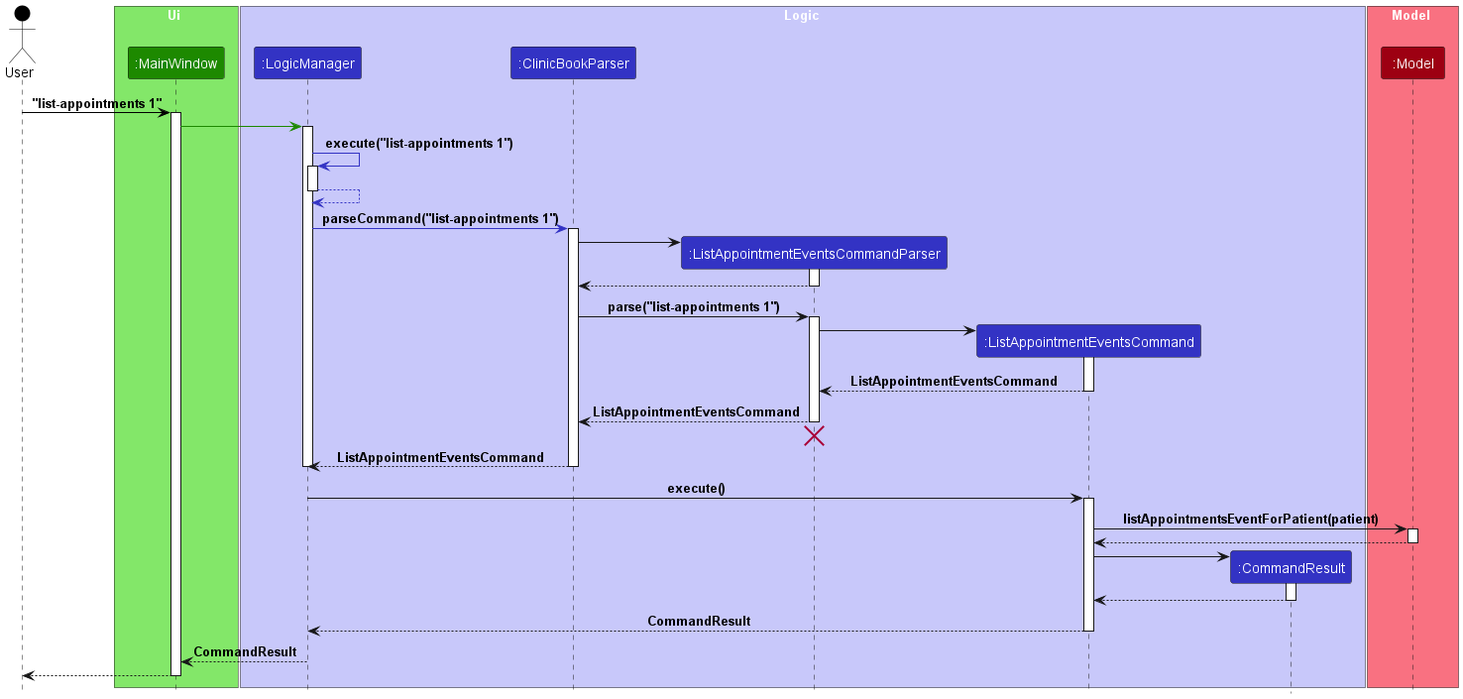
This is docs/images/ListAppointmentEventsSequenceDiagram.png from pangyyen/tp, a PlantUML export, as it was before one commit.
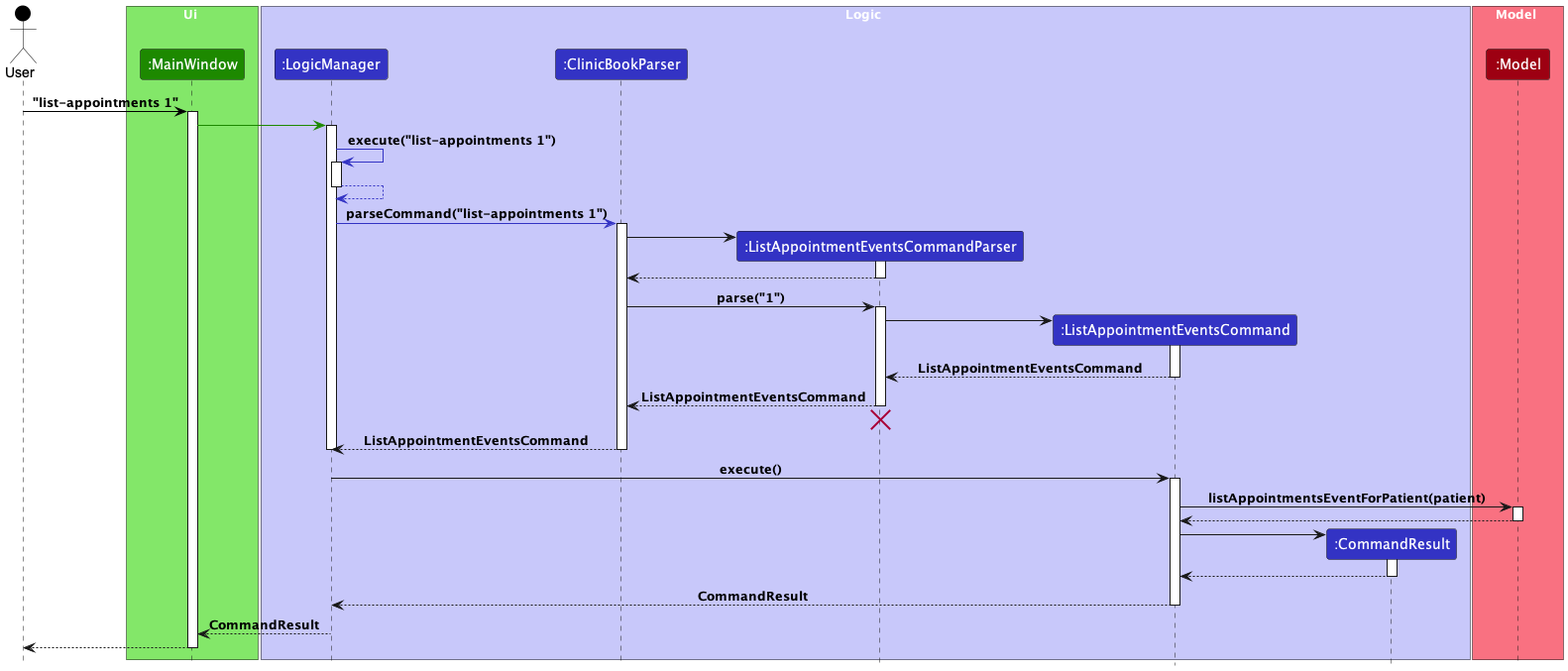
The same diagram one commit later.

Diff of the diagram source:
```diff
@@ -42,7 +42,7 @@
 ListAppointmentEventsCommandParser --> ClinicBookParser
 deactivate ListAppointmentEventsCommandParser
 
-ClinicBookParser -> ListAppointmentEventsCommandParser : parse("list-appointments 1")
+ClinicBookParser -> ListAppointmentEventsCommandParser : parse("1")
 activate ListAppointmentEventsCommandParser
 
 create ListAppointmentEventsCommand
```
